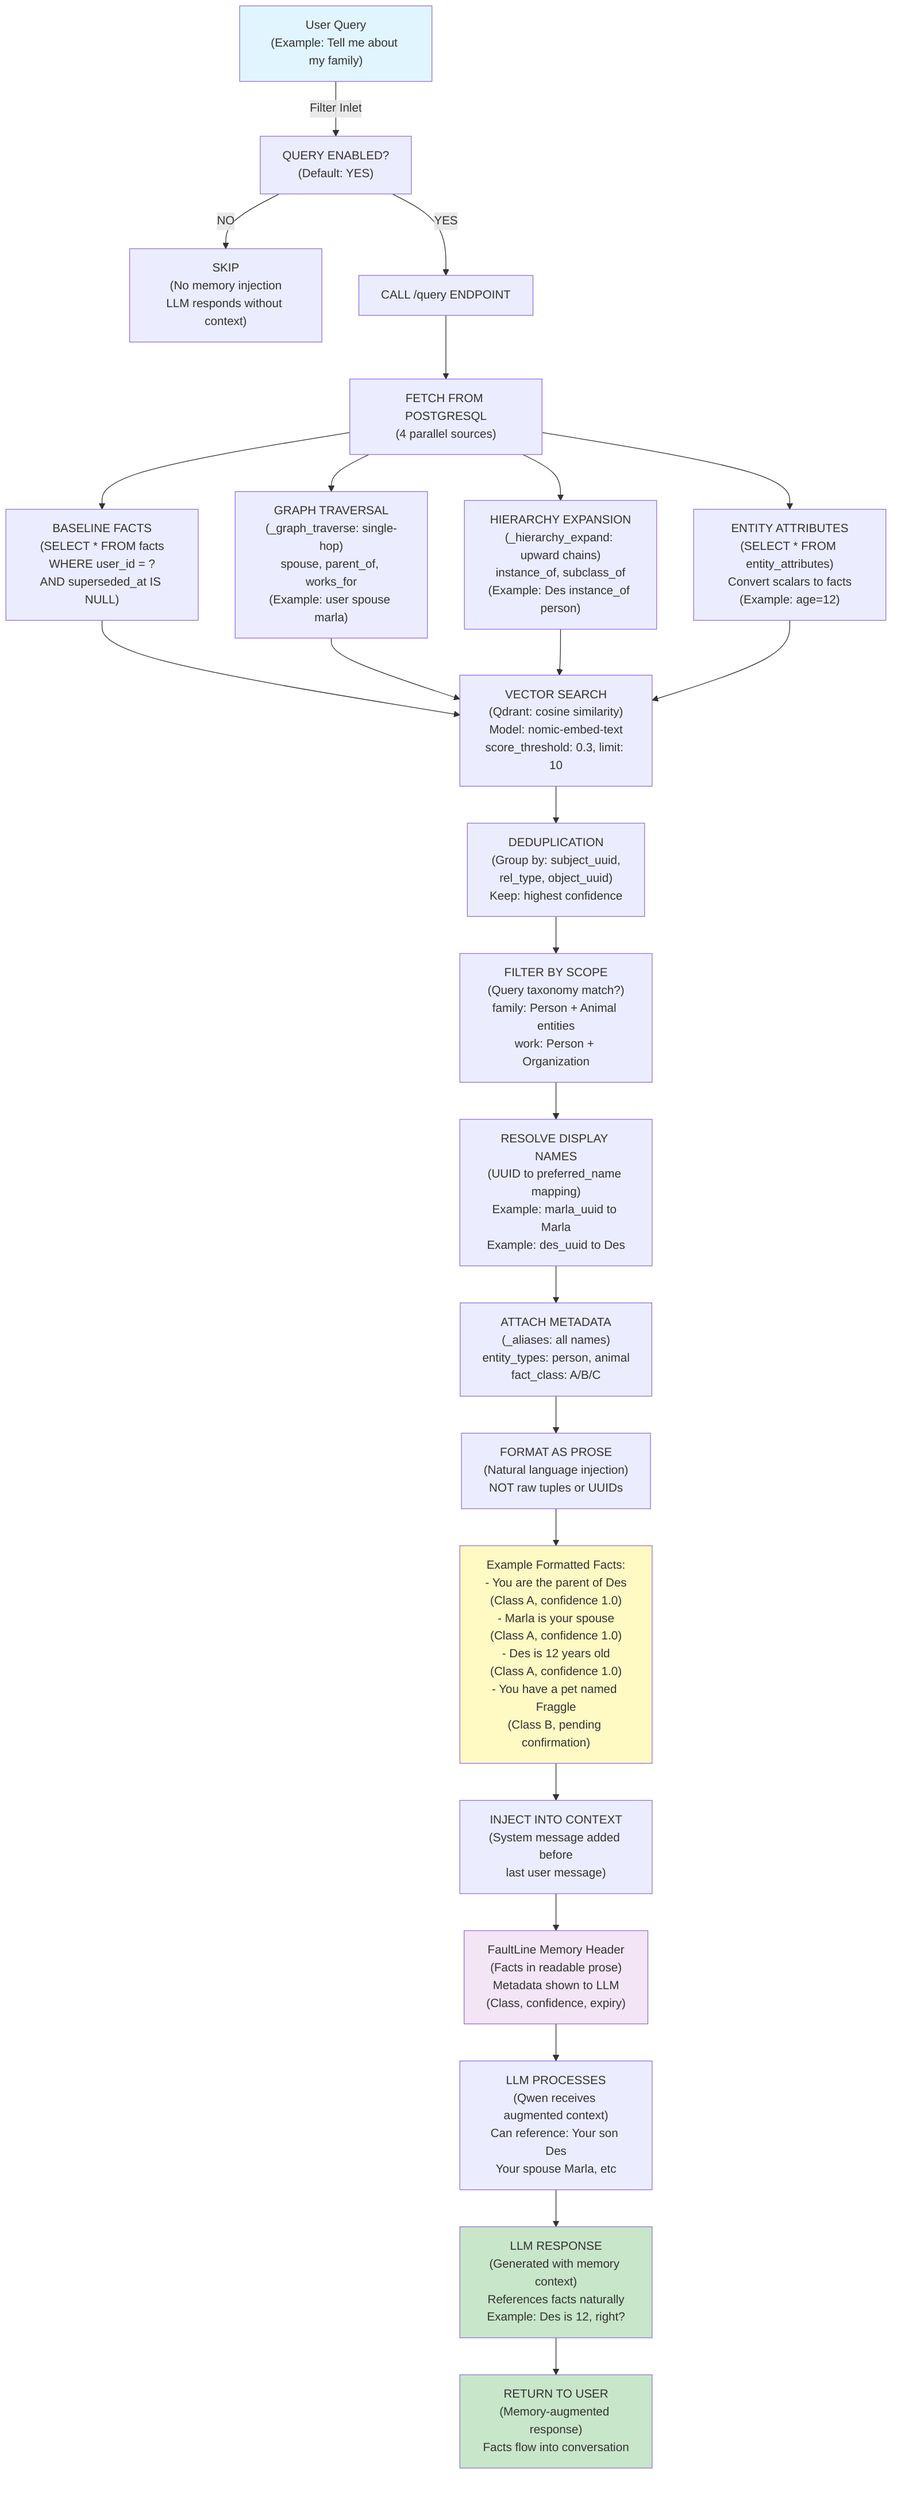
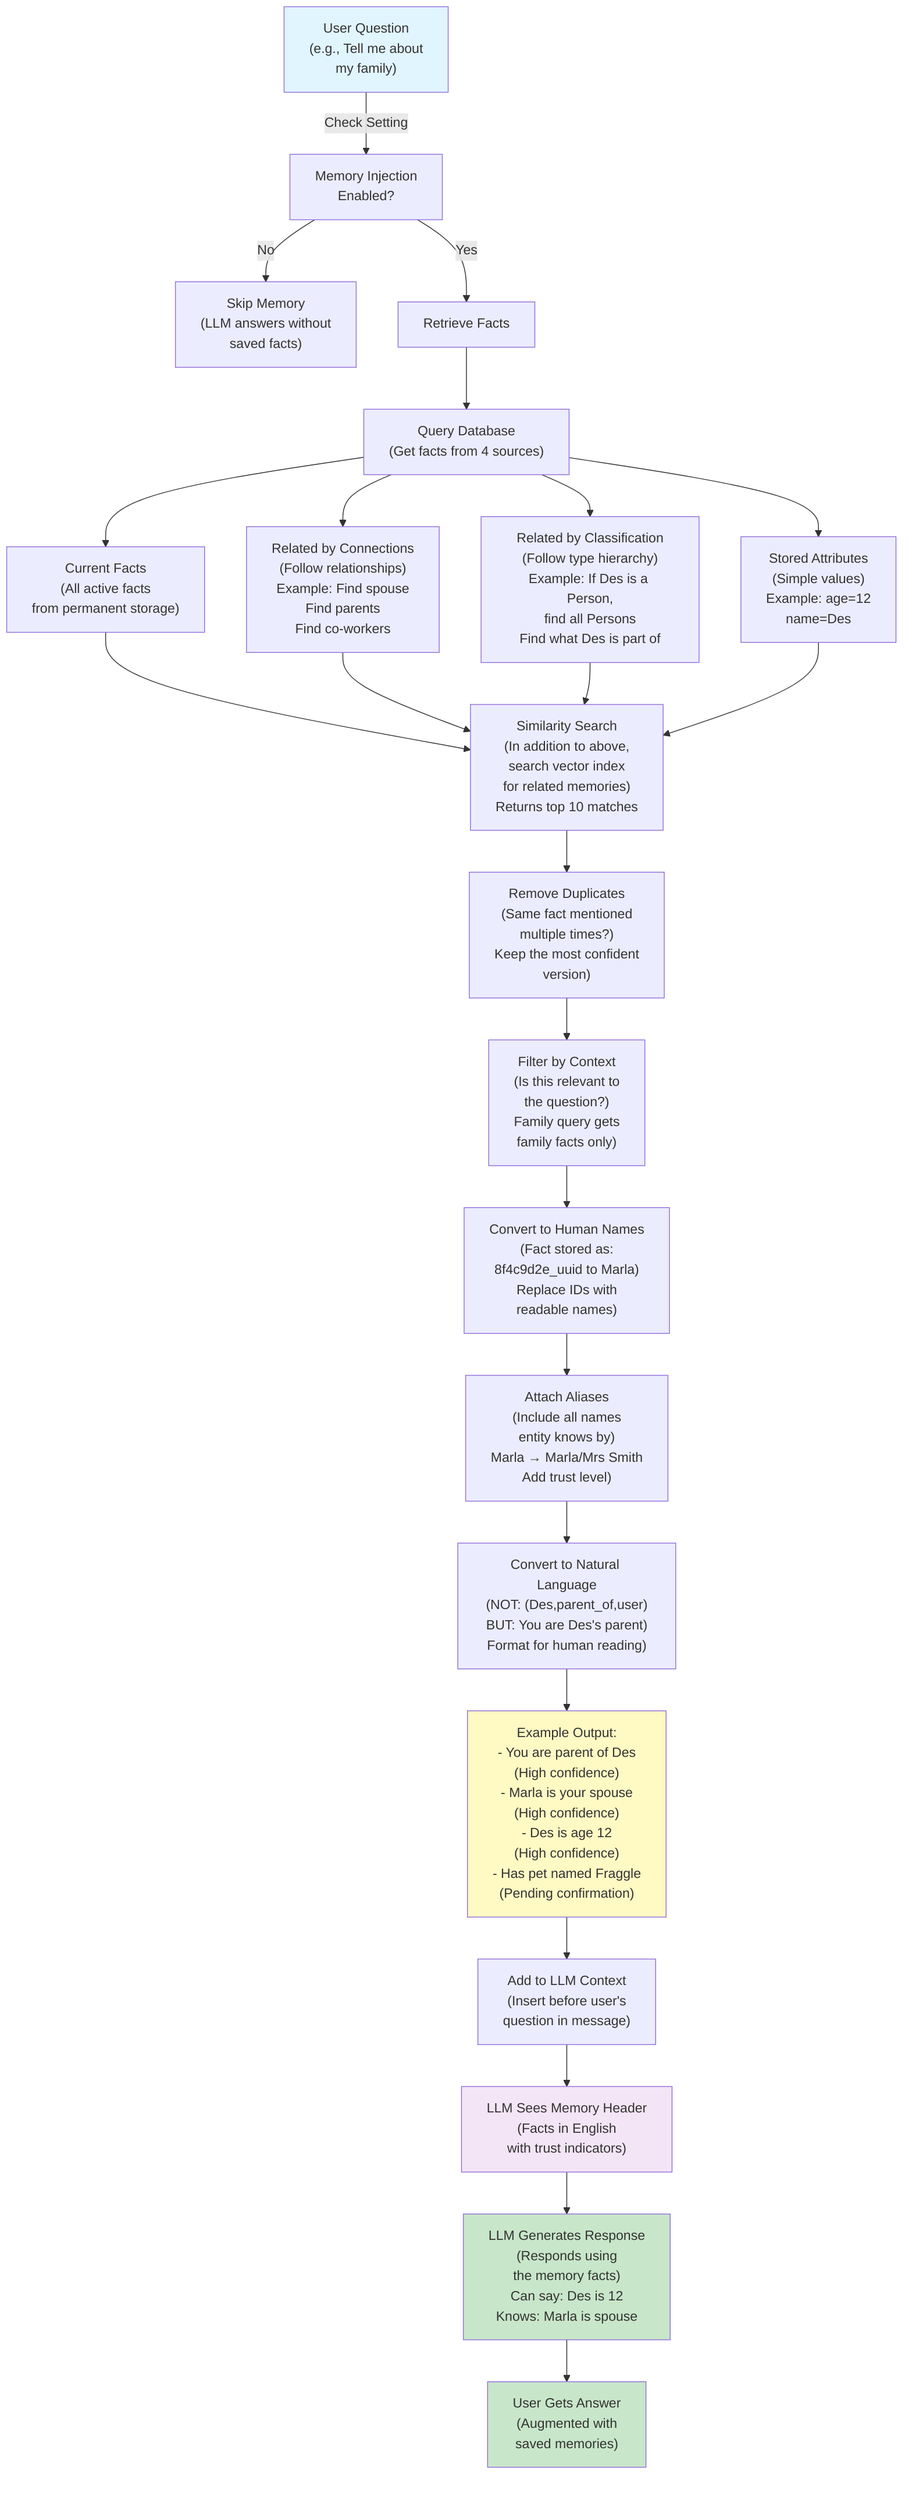
graph TD
-     A["User Query<br/>(Example: Tell me about my family)"] -->|Filter Inlet| B["QUERY ENABLED?<br/>(Default: YES)"]
+     A["User Question<br/>(e.g., Tell me about<br/>my family)"] -->|Check Setting| B["Memory Injection<br/>Enabled?"]

-     B -->|NO| C["SKIP<br/>(No memory injection<br/>LLM responds without context)"]
-     B -->|YES| D["CALL /query ENDPOINT"]
+     B -->|No| C["Skip Memory<br/>(LLM answers without<br/>saved facts)"]
+     B -->|Yes| D["Retrieve Facts"]

-     D --> E["FETCH FROM POSTGRESQL<br/>(4 parallel sources)"]
+     D --> E["Query Database<br/>(Get facts from 4 sources)"]

-     E --> F["BASELINE FACTS<br/>(SELECT * FROM facts<br/>WHERE user_id = ?<br/>AND superseded_at IS NULL)"]
+     E --> F["Current Facts<br/>(All active facts<br/>from permanent storage)"]

-     E --> G["GRAPH TRAVERSAL<br/>(_graph_traverse: single-hop)<br/>spouse, parent_of, works_for<br/>(Example: user spouse marla)"]
+     E --> G["Related by Connections<br/>(Follow relationships)<br/>Example: Find spouse<br/>Find parents<br/>Find co-workers"]

-     E --> H["HIERARCHY EXPANSION<br/>(_hierarchy_expand: upward chains)<br/>instance_of, subclass_of<br/>(Example: Des instance_of person)"]
+     E --> H["Related by Classification<br/>(Follow type hierarchy)<br/>Example: If Des is a Person,<br/>find all Persons<br/>Find what Des is part of"]

-     E --> I["ENTITY ATTRIBUTES<br/>(SELECT * FROM entity_attributes)<br/>Convert scalars to facts<br/>(Example: age=12)"]
+     E --> I["Stored Attributes<br/>(Simple values)<br/>Example: age=12<br/>name=Des"]

-     F --> J["VECTOR SEARCH<br/>(Qdrant: cosine similarity)<br/>Model: nomic-embed-text<br/>score_threshold: 0.3, limit: 10"]
+     F --> J["Similarity Search<br/>(In addition to above,<br/>search vector index<br/>for related memories)<br/>Returns top 10 matches"]
    G --> J
    H --> J
    I --> J

-     J --> K["DEDUPLICATION<br/>(Group by: subject_uuid,<br/>rel_type, object_uuid)<br/>Keep: highest confidence"]
+     J --> K["Remove Duplicates<br/>(Same fact mentioned<br/>multiple times?)<br/>Keep the most confident<br/>version)"]

-     K --> L["FILTER BY SCOPE<br/>(Query taxonomy match?)<br/>family: Person + Animal entities<br/>work: Person + Organization"]
+     K --> L["Filter by Context<br/>(Is this relevant to<br/>the question?)<br/>Family query gets<br/>family facts only)"]

-     L --> M["RESOLVE DISPLAY NAMES<br/>(UUID to preferred_name mapping)<br/>Example: marla_uuid to Marla<br/>Example: des_uuid to Des"]
+     L --> M["Convert to Human Names<br/>(Fact stored as:<br/>8f4c9d2e_uuid to Marla)<br/>Replace IDs with<br/>readable names)"]

-     M --> N["ATTACH METADATA<br/>(_aliases: all names)<br/>entity_types: person, animal<br/>fact_class: A/B/C"]
+     M --> N["Attach Aliases<br/>(Include all names<br/>entity knows by)<br/>Marla → Marla/Mrs Smith<br/>Add trust level)"]

-     N --> O["FORMAT AS PROSE<br/>(Natural language injection)<br/>NOT raw tuples or UUIDs"]
+     N --> O["Convert to Natural Language<br/>(NOT: (Des,parent_of,user)<br/>BUT: You are Des's parent)<br/>Format for human reading)"]

-     O --> P["Example Formatted Facts:<br/>- You are the parent of Des<br/>(Class A, confidence 1.0)<br/>- Marla is your spouse<br/>(Class A, confidence 1.0)<br/>- Des is 12 years old<br/>(Class A, confidence 1.0)<br/>- You have a pet named Fraggle<br/>(Class B, pending confirmation)"]
+     O --> P["Example Output:<br/>- You are parent of Des<br/>(High confidence)<br/>- Marla is your spouse<br/>(High confidence)<br/>- Des is age 12<br/>(High confidence)<br/>- Has pet named Fraggle<br/>(Pending confirmation)"]

-     P --> Q["INJECT INTO CONTEXT<br/>(System message added before<br/>last user message)"]
+     P --> Q["Add to LLM Context<br/>(Insert before user's<br/>question in message)"]

-     Q --> R["FaultLine Memory Header<br/>(Facts in readable prose)<br/>Metadata shown to LLM<br/>(Class, confidence, expiry)"]
+     Q --> R["LLM Sees Memory Header<br/>(Facts in English<br/>with trust indicators)"]

-     R --> S["LLM PROCESSES<br/>(Qwen receives augmented context)<br/>Can reference: Your son Des<br/>Your spouse Marla, etc"]
+     R --> S["LLM Generates Response<br/>(Responds using<br/>the memory facts)<br/>Can say: Des is 12<br/>Knows: Marla is spouse"]

-     S --> T["LLM RESPONSE<br/>(Generated with memory context)<br/>References facts naturally<br/>Example: Des is 12, right?"]
- 
-     T --> U["RETURN TO USER<br/>(Memory-augmented response)<br/>Facts flow into conversation"]
+     S --> T["User Gets Answer<br/>(Augmented with<br/>saved memories)"]

    style A fill:#e1f5ff
    style P fill:#fff9c4
    style R fill:#f3e5f5
+     style S fill:#c8e6c9
    style T fill:#c8e6c9
-     style U fill:#c8e6c9
